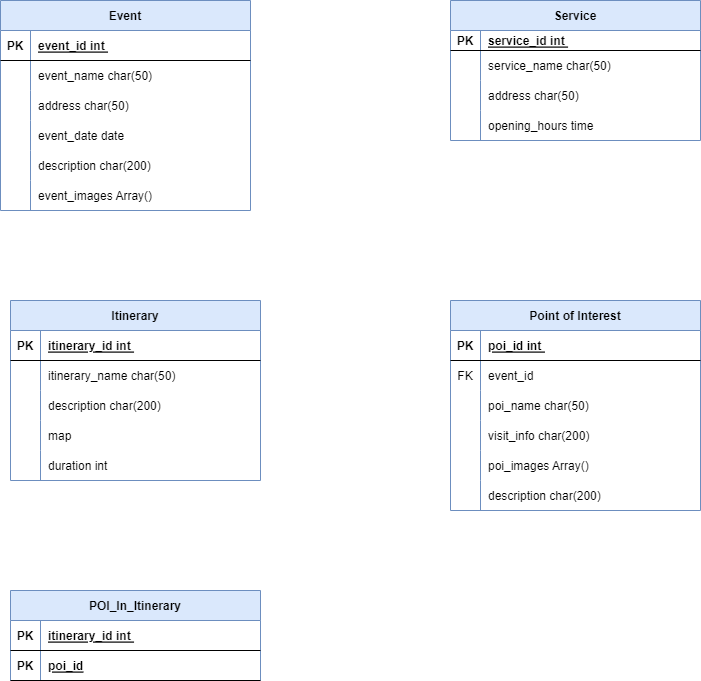
antonypascalino/HYPE_PROJECT_2021-22 keeps this draw.io diagram as Design Document/DB/Logical Schema/Logical_Schema.drawio.png. Above is the earlier version. Source tidied: cells renumbered, new cells last; positions are measured from the earlier drawing's top-left corner, leaving out a move shared by most shapes.
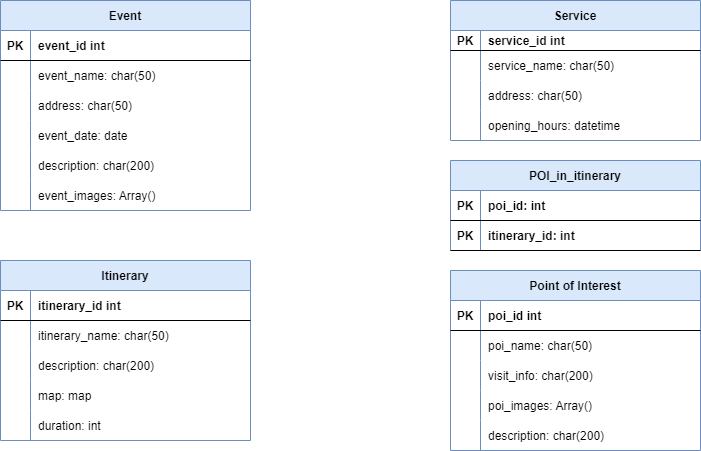
After the change.

The edit, as a diff of the source:
```diff
@@ -13,3 +13,3 @@
     </mxCell>
-    <mxCell id="5" value="service_id int " style="shape=partialRectangle;overflow=hidden;fillColor=none;top=0;left=0;bottom=0;right=0;align=left;spacingLeft=6;fontStyle=5;" parent="3" vertex="1">
+    <mxCell id="5" value="service_id int " style="shape=partialRectangle;overflow=hidden;fillColor=none;top=0;left=0;bottom=0;right=0;align=left;spacingLeft=6;fontStyle=1;" parent="3" vertex="1">
       <mxGeometry x="30" width="220" height="20" as="geometry" />
@@ -22,3 +22,3 @@
     </mxCell>
-    <mxCell id="8" value="service_name char(50)" style="shape=partialRectangle;overflow=hidden;fillColor=none;top=0;left=0;bottom=0;right=0;align=left;spacingLeft=6;" parent="6" vertex="1">
+    <mxCell id="8" value="service_name: char(50)" style="shape=partialRectangle;overflow=hidden;fillColor=none;top=0;left=0;bottom=0;right=0;align=left;spacingLeft=6;" parent="6" vertex="1">
       <mxGeometry x="30" width="220" height="30" as="geometry" />
@@ -31,3 +31,3 @@
     </mxCell>
-    <mxCell id="11" value="address char(50)" style="shape=partialRectangle;fillColor=none;top=0;left=0;bottom=0;right=0;align=left;spacingLeft=6;overflow=hidden;" parent="9" vertex="1">
+    <mxCell id="11" value="address: char(50)" style="shape=partialRectangle;fillColor=none;top=0;left=0;bottom=0;right=0;align=left;spacingLeft=6;overflow=hidden;" parent="9" vertex="1">
       <mxGeometry x="30" width="220" height="30" as="geometry" />
@@ -40,3 +40,3 @@
     </mxCell>
-    <mxCell id="14" value="opening_hours time " style="shape=partialRectangle;fillColor=none;top=0;left=0;bottom=0;right=0;align=left;spacingLeft=6;overflow=hidden;" parent="12" vertex="1">
+    <mxCell id="14" value="opening_hours: datetime " style="shape=partialRectangle;fillColor=none;top=0;left=0;bottom=0;right=0;align=left;spacingLeft=6;overflow=hidden;" parent="12" vertex="1">
       <mxGeometry x="30" width="220" height="30" as="geometry" />
@@ -44,3 +44,3 @@
     <mxCell id="15" value="Point of Interest" style="shape=table;startSize=30;rowLines=0;fontStyle=1;align=center;fillColor=#dae8fc;strokeColor=#6c8ebf;" parent="1" vertex="1">
-      <mxGeometry x="450" y="300" width="250" height="210" as="geometry" />
+      <mxGeometry x="450" y="270" width="250" height="180" as="geometry" />
     </mxCell>
@@ -52,16 +52,7 @@
     </mxCell>
-    <mxCell id="18" value="poi_id int " style="shape=partialRectangle;overflow=hidden;fillColor=none;top=0;left=0;bottom=0;right=0;align=left;spacingLeft=6;fontStyle=5;" parent="16" vertex="1">
+    <mxCell id="18" value="poi_id int " style="shape=partialRectangle;overflow=hidden;fillColor=none;top=0;left=0;bottom=0;right=0;align=left;spacingLeft=6;fontStyle=1;" parent="16" vertex="1">
       <mxGeometry x="30" width="220" height="30" as="geometry" />
     </mxCell>
-    <mxCell id="19" style="shape=tableRow;horizontal=0;startSize=0;swimlaneHead=0;swimlaneBody=0;fillColor=none;top=0;left=0;right=0;bottom=0;" parent="15" vertex="1">
-      <mxGeometry y="60" width="250" height="30" as="geometry" />
-    </mxCell>
-    <mxCell id="20" value="FK" style="shape=partialRectangle;fillColor=none;top=0;left=0;bottom=0;right=0;fontStyle=0;overflow=hidden;" parent="19" vertex="1">
-      <mxGeometry width="30" height="30" as="geometry" />
-    </mxCell>
-    <mxCell id="21" value="event_id" style="shape=partialRectangle;fillColor=none;top=0;left=0;bottom=0;right=0;align=left;spacingLeft=6;fontStyle=0;overflow=hidden;" parent="19" vertex="1">
-      <mxGeometry x="30" width="220" height="30" as="geometry" />
-    </mxCell>
     <mxCell id="22" style="shape=partialRectangle;fillColor=none;top=0;left=0;right=0;bottom=0;" parent="15" vertex="1">
-      <mxGeometry y="90" width="250" height="30" as="geometry" />
+      <mxGeometry y="60" width="250" height="30" as="geometry" />
     </mxCell>
@@ -70,3 +61,3 @@
     </mxCell>
-    <mxCell id="24" value="poi_name char(50)" style="shape=partialRectangle;overflow=hidden;fillColor=none;top=0;left=0;bottom=0;right=0;align=left;spacingLeft=6;" parent="22" vertex="1">
+    <mxCell id="24" value="poi_name: char(50)" style="shape=partialRectangle;overflow=hidden;fillColor=none;top=0;left=0;bottom=0;right=0;align=left;spacingLeft=6;" parent="22" vertex="1">
       <mxGeometry x="30" width="220" height="30" as="geometry" />
@@ -74,3 +65,3 @@
     <mxCell id="25" style="shape=partialRectangle;fillColor=none;top=0;left=0;right=0;bottom=0;" parent="15" vertex="1">
-      <mxGeometry y="120" width="250" height="30" as="geometry" />
+      <mxGeometry y="90" width="250" height="30" as="geometry" />
     </mxCell>
@@ -79,3 +70,3 @@
     </mxCell>
-    <mxCell id="27" value="visit_info char(200)" style="shape=partialRectangle;overflow=hidden;fillColor=none;top=0;left=0;bottom=0;right=0;align=left;spacingLeft=6;" parent="25" vertex="1">
+    <mxCell id="27" value="visit_info: char(200)" style="shape=partialRectangle;overflow=hidden;fillColor=none;top=0;left=0;bottom=0;right=0;align=left;spacingLeft=6;" parent="25" vertex="1">
       <mxGeometry x="30" width="220" height="30" as="geometry" />
@@ -83,3 +74,3 @@
     <mxCell id="28" style="shape=tableRow;horizontal=0;startSize=0;swimlaneHead=0;swimlaneBody=0;fillColor=none;top=0;left=0;right=0;bottom=0;" parent="15" vertex="1">
-      <mxGeometry y="150" width="250" height="30" as="geometry" />
+      <mxGeometry y="120" width="250" height="30" as="geometry" />
     </mxCell>
@@ -88,3 +79,3 @@
     </mxCell>
-    <mxCell id="30" value="poi_images Array()" style="shape=partialRectangle;fillColor=none;top=0;left=0;bottom=0;right=0;align=left;spacingLeft=6;overflow=hidden;" parent="28" vertex="1">
+    <mxCell id="30" value="poi_images: Array()" style="shape=partialRectangle;fillColor=none;top=0;left=0;bottom=0;right=0;align=left;spacingLeft=6;overflow=hidden;" parent="28" vertex="1">
       <mxGeometry x="30" width="220" height="30" as="geometry" />
@@ -92,3 +83,3 @@
     <mxCell id="31" style="shape=tableRow;horizontal=0;startSize=0;swimlaneHead=0;swimlaneBody=0;fillColor=none;top=0;left=0;right=0;bottom=0;" parent="15" vertex="1">
-      <mxGeometry y="180" width="250" height="30" as="geometry" />
+      <mxGeometry y="150" width="250" height="30" as="geometry" />
     </mxCell>
@@ -97,60 +88,60 @@
     </mxCell>
-    <mxCell id="33" value="description char(200)" style="shape=partialRectangle;fillColor=none;top=0;left=0;bottom=0;right=0;align=left;spacingLeft=6;overflow=hidden;" parent="31" vertex="1">
+    <mxCell id="33" value="description: char(200)" style="shape=partialRectangle;fillColor=none;top=0;left=0;bottom=0;right=0;align=left;spacingLeft=6;overflow=hidden;" parent="31" vertex="1">
       <mxGeometry x="30" width="220" height="30" as="geometry" />
     </mxCell>
-    <mxCell id="34" value="Event" style="shape=table;startSize=30;rowLines=0;fontStyle=1;align=center;fillColor=#dae8fc;strokeColor=#6c8ebf;" parent="1" vertex="1">
+    <mxCell id="34" value="Event" style="shape=table;startSize=30;rowLines=0;fontStyle=1;align=center;fillColor=#DAE8FC;strokeColor=#6c8ebf;gradientColor=none;swimlaneFillColor=none;sketch=0;shadow=0;" parent="1" vertex="1">
       <mxGeometry width="250" height="210" as="geometry" />
     </mxCell>
-    <mxCell id="35" style="shape=partialRectangle;fillColor=none;top=0;left=0;right=0;bottom=1;" parent="34" vertex="1">
+    <mxCell id="35" style="shape=partialRectangle;fillColor=none;top=0;left=0;right=0;bottom=1;swimlaneFillColor=none;sketch=0;shadow=0;" parent="34" vertex="1">
       <mxGeometry y="30" width="250" height="30" as="geometry" />
     </mxCell>
-    <mxCell id="36" value="PK" style="shape=partialRectangle;overflow=hidden;fillColor=none;top=0;left=0;bottom=0;right=0;fontStyle=1;" parent="35" vertex="1">
+    <mxCell id="36" value="PK" style="shape=partialRectangle;overflow=hidden;fillColor=none;top=0;left=0;bottom=0;right=0;fontStyle=1;swimlaneFillColor=none;sketch=0;shadow=0;" parent="35" vertex="1">
       <mxGeometry width="30" height="30" as="geometry" />
     </mxCell>
-    <mxCell id="37" value="event_id int " style="shape=partialRectangle;overflow=hidden;fillColor=none;top=0;left=0;bottom=0;right=0;align=left;spacingLeft=6;fontStyle=5;" parent="35" vertex="1">
+    <mxCell id="37" value="event_id int " style="shape=partialRectangle;overflow=hidden;fillColor=none;top=0;left=0;bottom=0;right=0;align=left;spacingLeft=6;fontStyle=1;swimlaneFillColor=none;sketch=0;shadow=0;" parent="35" vertex="1">
       <mxGeometry x="30" width="220" height="30" as="geometry" />
     </mxCell>
-    <mxCell id="38" style="shape=partialRectangle;fillColor=none;top=0;left=0;right=0;bottom=0;" parent="34" vertex="1">
+    <mxCell id="38" style="shape=partialRectangle;fillColor=none;top=0;left=0;right=0;bottom=0;swimlaneFillColor=none;sketch=0;shadow=0;" parent="34" vertex="1">
       <mxGeometry y="60" width="250" height="30" as="geometry" />
     </mxCell>
-    <mxCell id="39" style="shape=partialRectangle;overflow=hidden;fillColor=none;top=0;left=0;bottom=0;right=0;" parent="38" vertex="1">
+    <mxCell id="39" style="shape=partialRectangle;overflow=hidden;fillColor=none;top=0;left=0;bottom=0;right=0;swimlaneFillColor=none;sketch=0;shadow=0;" parent="38" vertex="1">
       <mxGeometry width="30" height="30" as="geometry" />
     </mxCell>
-    <mxCell id="40" value="event_name char(50) " style="shape=partialRectangle;overflow=hidden;fillColor=none;top=0;left=0;bottom=0;right=0;align=left;spacingLeft=6;" parent="38" vertex="1">
+    <mxCell id="40" value="event_name: char(50) " style="shape=partialRectangle;overflow=hidden;fillColor=none;top=0;left=0;bottom=0;right=0;align=left;spacingLeft=6;swimlaneFillColor=none;sketch=0;shadow=0;" parent="38" vertex="1">
       <mxGeometry x="30" width="220" height="30" as="geometry" />
     </mxCell>
-    <mxCell id="41" style="shape=partialRectangle;fillColor=none;top=0;left=0;right=0;bottom=0;" parent="34" vertex="1">
+    <mxCell id="41" style="shape=partialRectangle;fillColor=none;top=0;left=0;right=0;bottom=0;swimlaneFillColor=none;sketch=0;shadow=0;" parent="34" vertex="1">
       <mxGeometry y="90" width="250" height="30" as="geometry" />
     </mxCell>
-    <mxCell id="42" style="shape=partialRectangle;overflow=hidden;fillColor=none;top=0;left=0;bottom=0;right=0;" parent="41" vertex="1">
+    <mxCell id="42" style="shape=partialRectangle;overflow=hidden;fillColor=none;top=0;left=0;bottom=0;right=0;swimlaneFillColor=none;sketch=0;shadow=0;" parent="41" vertex="1">
       <mxGeometry width="30" height="30" as="geometry" />
     </mxCell>
-    <mxCell id="43" value="address char(50)" style="shape=partialRectangle;overflow=hidden;fillColor=none;top=0;left=0;bottom=0;right=0;align=left;spacingLeft=6;" parent="41" vertex="1">
+    <mxCell id="43" value="address: char(50)" style="shape=partialRectangle;overflow=hidden;fillColor=none;top=0;left=0;bottom=0;right=0;align=left;spacingLeft=6;swimlaneFillColor=none;sketch=0;shadow=0;" parent="41" vertex="1">
       <mxGeometry x="30" width="220" height="30" as="geometry" />
     </mxCell>
-    <mxCell id="44" style="shape=tableRow;horizontal=0;startSize=0;swimlaneHead=0;swimlaneBody=0;fillColor=none;top=0;left=0;right=0;bottom=0;" parent="34" vertex="1">
+    <mxCell id="44" style="shape=tableRow;horizontal=0;startSize=0;swimlaneHead=0;swimlaneBody=0;fillColor=none;top=0;left=0;right=0;bottom=0;swimlaneFillColor=none;sketch=0;shadow=0;" parent="34" vertex="1">
       <mxGeometry y="120" width="250" height="30" as="geometry" />
     </mxCell>
-    <mxCell id="45" style="shape=partialRectangle;fillColor=none;top=0;left=0;bottom=0;right=0;overflow=hidden;" parent="44" vertex="1">
+    <mxCell id="45" style="shape=partialRectangle;fillColor=none;top=0;left=0;bottom=0;right=0;overflow=hidden;swimlaneFillColor=none;sketch=0;shadow=0;" parent="44" vertex="1">
       <mxGeometry width="30" height="30" as="geometry" />
     </mxCell>
-    <mxCell id="46" value="event_date date " style="shape=partialRectangle;fillColor=none;top=0;left=0;bottom=0;right=0;align=left;spacingLeft=6;overflow=hidden;" parent="44" vertex="1">
+    <mxCell id="46" value="event_date: date " style="shape=partialRectangle;fillColor=none;top=0;left=0;bottom=0;right=0;align=left;spacingLeft=6;overflow=hidden;swimlaneFillColor=none;sketch=0;shadow=0;" parent="44" vertex="1">
       <mxGeometry x="30" width="220" height="30" as="geometry" />
     </mxCell>
-    <mxCell id="47" style="shape=tableRow;horizontal=0;startSize=0;swimlaneHead=0;swimlaneBody=0;fillColor=none;top=0;left=0;right=0;bottom=0;" parent="34" vertex="1">
+    <mxCell id="47" style="shape=tableRow;horizontal=0;startSize=0;swimlaneHead=0;swimlaneBody=0;fillColor=none;top=0;left=0;right=0;bottom=0;swimlaneFillColor=none;sketch=0;shadow=0;" parent="34" vertex="1">
       <mxGeometry y="150" width="250" height="30" as="geometry" />
     </mxCell>
-    <mxCell id="48" style="shape=partialRectangle;fillColor=none;top=0;left=0;bottom=0;right=0;overflow=hidden;" parent="47" vertex="1">
+    <mxCell id="48" style="shape=partialRectangle;fillColor=none;top=0;left=0;bottom=0;right=0;overflow=hidden;swimlaneFillColor=none;sketch=0;shadow=0;" parent="47" vertex="1">
       <mxGeometry width="30" height="30" as="geometry" />
     </mxCell>
-    <mxCell id="49" value="description char(200)" style="shape=partialRectangle;fillColor=none;top=0;left=0;bottom=0;right=0;align=left;spacingLeft=6;overflow=hidden;" parent="47" vertex="1">
+    <mxCell id="49" value="description: char(200)" style="shape=partialRectangle;fillColor=none;top=0;left=0;bottom=0;right=0;align=left;spacingLeft=6;overflow=hidden;swimlaneFillColor=none;sketch=0;shadow=0;" parent="47" vertex="1">
       <mxGeometry x="30" width="220" height="30" as="geometry" />
     </mxCell>
-    <mxCell id="50" style="shape=tableRow;horizontal=0;startSize=0;swimlaneHead=0;swimlaneBody=0;fillColor=none;top=0;left=0;right=0;bottom=0;" parent="34" vertex="1">
+    <mxCell id="50" style="shape=tableRow;horizontal=0;startSize=0;swimlaneHead=0;swimlaneBody=0;fillColor=none;top=0;left=0;right=0;bottom=0;swimlaneFillColor=none;sketch=0;shadow=0;" parent="34" vertex="1">
       <mxGeometry y="180" width="250" height="30" as="geometry" />
     </mxCell>
-    <mxCell id="51" style="shape=partialRectangle;fillColor=none;top=0;left=0;bottom=0;right=0;overflow=hidden;" parent="50" vertex="1">
+    <mxCell id="51" style="shape=partialRectangle;fillColor=none;top=0;left=0;bottom=0;right=0;overflow=hidden;swimlaneFillColor=none;sketch=0;shadow=0;" parent="50" vertex="1">
       <mxGeometry width="30" height="30" as="geometry" />
     </mxCell>
-    <mxCell id="52" value="event_images Array()" style="shape=partialRectangle;fillColor=none;top=0;left=0;bottom=0;right=0;align=left;spacingLeft=6;overflow=hidden;" parent="50" vertex="1">
+    <mxCell id="52" value="event_images: Array()" style="shape=partialRectangle;fillColor=none;top=0;left=0;bottom=0;right=0;align=left;spacingLeft=6;overflow=hidden;swimlaneFillColor=none;sketch=0;shadow=0;" parent="50" vertex="1">
       <mxGeometry x="30" width="220" height="30" as="geometry" />
@@ -158,3 +149,3 @@
     <mxCell id="53" value="Itinerary" style="shape=table;startSize=30;rowLines=0;fontStyle=1;align=center;fillColor=#dae8fc;strokeColor=#6c8ebf;" parent="1" vertex="1">
-      <mxGeometry x="10" y="300" width="250" height="180" as="geometry" />
+      <mxGeometry y="260" width="250" height="180" as="geometry" />
     </mxCell>
@@ -166,3 +157,3 @@
     </mxCell>
-    <mxCell id="56" value="itinerary_id int " style="shape=partialRectangle;overflow=hidden;fillColor=none;top=0;left=0;bottom=0;right=0;align=left;spacingLeft=6;fontStyle=5;" parent="54" vertex="1">
+    <mxCell id="56" value="itinerary_id int " style="shape=partialRectangle;overflow=hidden;fillColor=none;top=0;left=0;bottom=0;right=0;align=left;spacingLeft=6;fontStyle=1;" parent="54" vertex="1">
       <mxGeometry x="30" width="220" height="30" as="geometry" />
@@ -175,3 +166,3 @@
     </mxCell>
-    <mxCell id="59" value="itinerary_name char(50)" style="shape=partialRectangle;overflow=hidden;fillColor=none;top=0;left=0;bottom=0;right=0;align=left;spacingLeft=6;" parent="57" vertex="1">
+    <mxCell id="59" value="itinerary_name: char(50)" style="shape=partialRectangle;overflow=hidden;fillColor=none;top=0;left=0;bottom=0;right=0;align=left;spacingLeft=6;" parent="57" vertex="1">
       <mxGeometry x="30" width="220" height="30" as="geometry" />
@@ -184,3 +175,3 @@
     </mxCell>
-    <mxCell id="62" value="description char(200)" style="shape=partialRectangle;fillColor=none;top=0;left=0;bottom=0;right=0;align=left;spacingLeft=6;overflow=hidden;" parent="60" vertex="1">
+    <mxCell id="62" value="description: char(200)" style="shape=partialRectangle;fillColor=none;top=0;left=0;bottom=0;right=0;align=left;spacingLeft=6;overflow=hidden;" parent="60" vertex="1">
       <mxGeometry x="30" width="220" height="30" as="geometry" />
@@ -193,3 +184,3 @@
     </mxCell>
-    <mxCell id="65" value="map " style="shape=partialRectangle;fillColor=none;top=0;left=0;bottom=0;right=0;align=left;spacingLeft=6;overflow=hidden;" parent="63" vertex="1">
+    <mxCell id="65" value="map: map" style="shape=partialRectangle;fillColor=none;top=0;left=0;bottom=0;right=0;align=left;spacingLeft=6;overflow=hidden;" parent="63" vertex="1">
       <mxGeometry x="30" width="220" height="30" as="geometry" />
@@ -202,9 +193,9 @@
     </mxCell>
-    <mxCell id="68" value="duration int" style="shape=partialRectangle;fillColor=none;top=0;left=0;bottom=0;right=0;align=left;spacingLeft=6;overflow=hidden;" parent="66" vertex="1">
+    <mxCell id="68" value="duration: int" style="shape=partialRectangle;fillColor=none;top=0;left=0;bottom=0;right=0;align=left;spacingLeft=6;overflow=hidden;" parent="66" vertex="1">
       <mxGeometry x="30" width="220" height="30" as="geometry" />
     </mxCell>
-    <mxCell id="69" value="POI_In_Itinerary" style="shape=table;startSize=30;rowLines=0;fontStyle=1;align=center;fillColor=#dae8fc;strokeColor=#6c8ebf;" parent="1" vertex="1">
-      <mxGeometry x="10" y="590" width="250" height="90" as="geometry" />
-    </mxCell>
+    <mxCell id="76" value="POI_in_itinerary" style="shape=table;startSize=30;rowLines=0;fontStyle=1;align=center;fillColor=#dae8fc;strokeColor=#6c8ebf;" parent="1" vertex="1">
+      <mxGeometry x="450" y="160" width="250" height="90" as="geometry" />
+    </mxCell>
-    <mxCell id="70" style="shape=partialRectangle;fillColor=none;top=0;left=0;right=0;bottom=1;" parent="69" vertex="1">
+    <mxCell id="70" style="shape=partialRectangle;fillColor=none;top=0;left=0;right=0;bottom=1;" parent="76" vertex="1">
       <mxGeometry y="30" width="250" height="30" as="geometry" />
@@ -214,6 +205,6 @@
     </mxCell>
-    <mxCell id="72" value="itinerary_id int " style="shape=partialRectangle;overflow=hidden;fillColor=none;top=0;left=0;bottom=0;right=0;align=left;spacingLeft=6;fontStyle=5;" parent="70" vertex="1">
-      <mxGeometry x="30" width="220" height="30" as="geometry" />
-    </mxCell>
+    <mxCell id="77" value="poi_id: int " style="shape=partialRectangle;overflow=hidden;fillColor=none;top=0;left=0;bottom=0;right=0;align=left;spacingLeft=6;fontStyle=1;" parent="70" vertex="1">
+      <mxGeometry x="30" width="220" height="30" as="geometry" />
+    </mxCell>
-    <mxCell id="73" style="shape=tableRow;horizontal=0;startSize=0;swimlaneHead=0;swimlaneBody=0;fillColor=none;top=0;left=0;right=0;bottom=1;" parent="69" vertex="1">
+    <mxCell id="73" style="shape=tableRow;horizontal=0;startSize=0;swimlaneHead=0;swimlaneBody=0;fillColor=none;top=0;left=0;right=0;bottom=1;" parent="76" vertex="1">
       <mxGeometry y="60" width="250" height="30" as="geometry" />
@@ -223,5 +214,5 @@
     </mxCell>
-    <mxCell id="75" value="poi_id" style="shape=partialRectangle;fillColor=none;top=0;left=0;bottom=0;right=0;align=left;spacingLeft=6;fontStyle=5;overflow=hidden;" parent="73" vertex="1">
-      <mxGeometry x="30" width="220" height="30" as="geometry" />
-    </mxCell>
+    <mxCell id="78" value="itinerary_id: int" style="shape=partialRectangle;fillColor=none;top=0;left=0;bottom=0;right=0;align=left;spacingLeft=6;fontStyle=1;overflow=hidden;" parent="73" vertex="1">
+      <mxGeometry x="30" width="220" height="30" as="geometry" />
+    </mxCell>
   </root>
```
